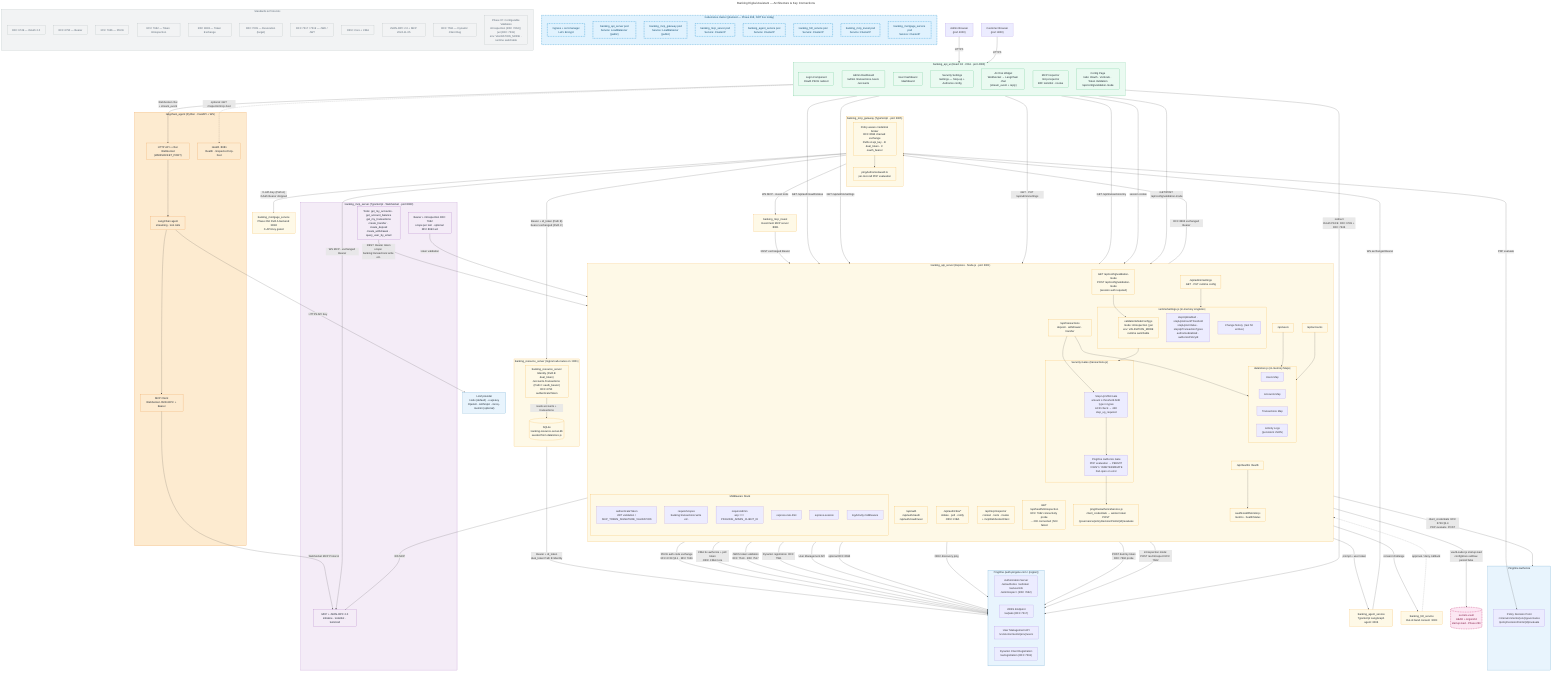
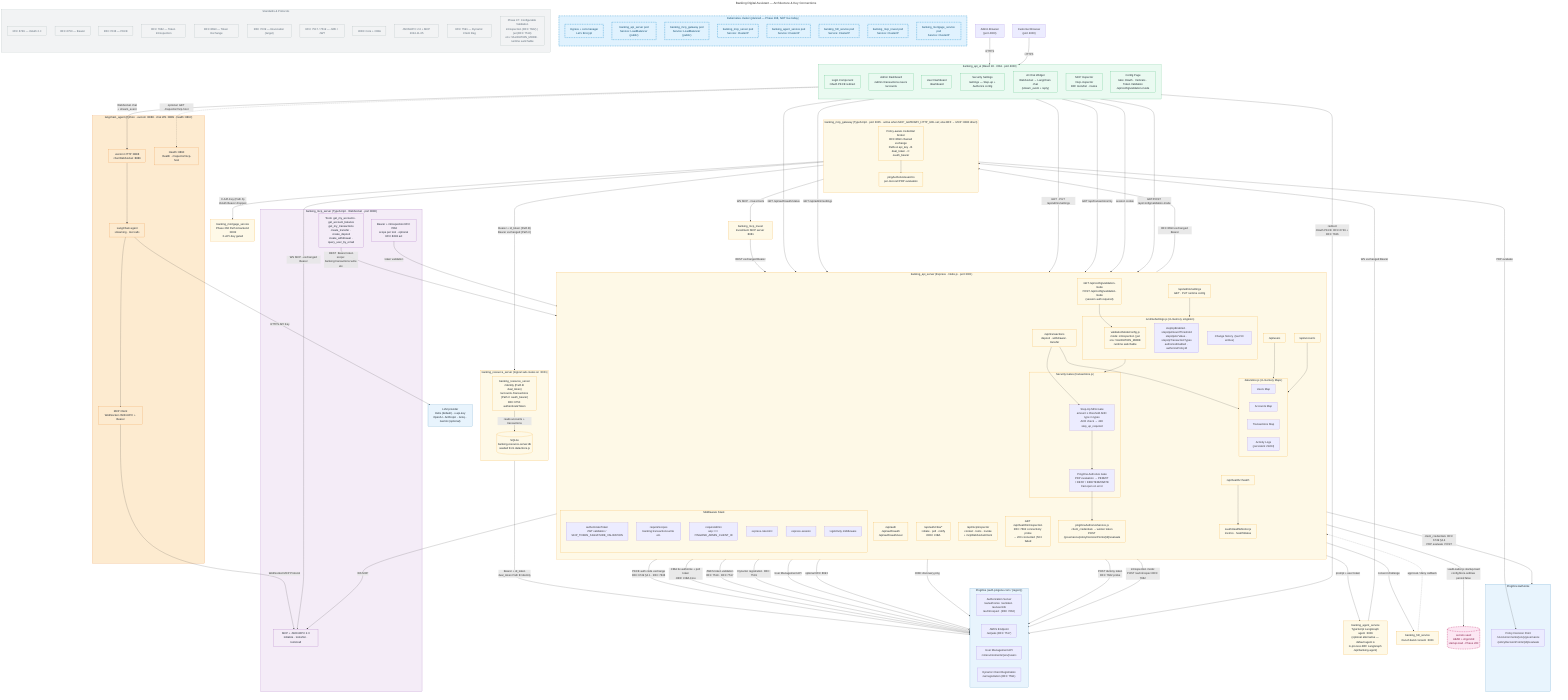
---
title: Banking Digital Assistant — Architecture & Key Connections
---
flowchart TB
    %% ── Phase 268 future K8s topology — DASHED = PLANNED, NOT SHIPPED ─
    subgraph K8s["Kubernetes cluster (planned — Phase 268, NOT live today)"]
        direction TB
        Ingress["Ingress + cert-manager<br/>Let's Encrypt"]
        BFFPod["banking_api_server pod<br/>Service: LoadBalancer (public)"]
        GWPod["banking_mcp_gateway pod<br/>Service: LoadBalancer (public)"]
        MCPPod["banking_mcp_server pod<br/>Service: ClusterIP"]
        AgentPod["banking_agent_service pod<br/>Service: ClusterIP"]
        HITLPod["banking_hitl_service pod<br/>Service: ClusterIP"]
        InvestPod["banking_mcp_invest pod<br/>Service: ClusterIP"]
        MortgagePod["banking_mortgage_service pod<br/>Service: ClusterIP"]
    end

    %% ── External Users ────────────────────────────────────────────────────────
    AdminBrowser["Admin Browser<br/>(port 4000)"]
    CustomerBrowser["Customer Browser<br/>(port 4000)"]

    %% ── Frontend ──────────────────────────────────────────────────────────────
    subgraph UI["banking_api_ui  (React 18 · CRA · port 4000)"]
        direction TB
        Login["Login Component\nOAuth PKCE redirect"]
        Dashboard["Admin Dashboard\n/admin /transactions /users /accounts"]
        UserDash["User Dashboard\n/dashboard"]
        SecuritySettings["Security Settings\n/settings — Step-up + Authorize config"]
        ChatWidget["AI Chat Widget\nWebSocket → LangChain chat\n(stream_event + reply)"]
        McpInspector["MCP Inspector\n/mcp-inspector\nBFF tools/list · invoke"]
        ConfigPage["Config Page\ntabs: OAuth · Verticals · Token Validation\n/api/config/validation-mode"]
    end

    %% ── API Server ────────────────────────────────────────────────────────────
    subgraph API["banking_api_server  (Express · Node.js · port 3001)"]
        direction TB
        AuthRoutes["/api/auth\n/api/auth/oauth\n/api/auth/oauth/user"]
        CibaRoutes["/api/auth/ciba/*\ninitiate · poll · notify\nOIDC CIBA"]
        McpInspectorRoutes["/api/mcp/inspector\ncontext · tools · invoke\n+ mcpWebSocketClient"]
        TxRoutes["/api/transactions\ndeposit · withdrawal · transfer"]
        AdminRoutes["/api/admin/settings\nGET · PUT runtime config"]
        UserRoutes["/api/users"]
        AccountRoutes["/api/accounts"]
        Health["/api/healthz  /health"]
        ValidationRoutes["GET /api/config/validation-mode
POST /api/config/validation-mode
(session auth required)"]
        IntrospectionHealth["GET /api/health/introspection
RFC 7662 connectivity probe
→ 200 connected | 503 failed"]

        subgraph Middleware["Middleware Stack"]
            AuthMW["authenticateToken\nJWT validation / SKIP_TOKEN_SIGNATURE_VALIDATION"]
            ScopeMW["requireScopes\nbanking:transactions:write etc."]
            AdminMW["requireAdmin\nazp === PINGONE_ADMIN_CLIENT_ID"]
            RateLimiter["express-rate-limit"]
            Session["express-session"]
            ActivityLog["logActivity middleware"]
        end

        subgraph Gates["Security Gates  (transactions.js)"]
            StepUpGate["Step-Up MFA Gate\namount ≥ threshold AND type in types\nACR check → 428 step_up_required"]
            AuthorizeGate["PingOne Authorize Gate\nPDP evaluation → PERMIT / DENY / INDETERMINATE\nFail-open on error"]
        end

        subgraph RuntimeSettings["runtimeSettings.js  (in-memory singleton)"]
            ValidationMode["validationModeConfig.js
mode: introspection | jwt
env: VALIDATION_MODE
runtime switchable"]
            RSFields["stepUpEnabled · stepUpAmountThreshold\nstepUpAcrValue · stepUpTransactionTypes\nauthorizeEnabled · authorizePolicyId"]
            RSHistory["Change history  (last 50 entries)"]
        end

        subgraph DataStore["data/store.js  (in-memory Maps)"]
            Users["Users Map"]
            Accounts["Accounts Map"]
            Transactions["Transactions Map"]
            ActivityLogs["Activity Logs\n(persistent JSON)"]
        end

        AuthorizeService["pingOneAuthorizeService.js\nclient_credentials → worker token\nPOST /governance/policyDecisionPoints/{id}/evaluate"]
        OAuthMonitor["oauthHealthMonitor.js\nmetrics · healthStatus"]
    end

    %% ── MCP Server ────────────────────────────────────────────────────────────
    subgraph MCP["banking_mcp_server  (TypeScript · WebSocket · port 8080)"]
        MCPProtocol["MCP + JSON-RPC 2.0\ninitialize · tools/list · tools/call"]
        MCPTools["Tools: get_my_accounts · get_account_balance\nget_my_transactions\ncreate_transfer · create_deposit\ncreate_withdrawal · query_user_by_email"]
        MCPAuth["Bearer + introspection RFC 7662\nscope per tool · optional RFC 8693 act"]
    end

    %% ── LangChain Agent ───────────────────────────────────────────────────────
-     subgraph Agent["langchain_agent  (Python · FastAPI + WS)"]
-         FastAPI["HTTP API + chat WebSocket\n(WEBSOCKET_PORT)"]
-         HealthInsp["Health :8081\n/health · /inspector/mcp-host"]
-         LangChain["LangChain agent\nstreaming · tool calls"]
-         MCPClientPy["MCP Client\nWebSocket JSON-RPC + Bearer"]
+     subgraph Agent["langchain_agent  (Python · uvicorn :8888 · chat WS :8889 · health :8890)"]
+         FastAPI["uvicorn HTTP :8888<br/>chat WebSocket :8889"]
+         HealthInsp["Health :8890<br/>/health · /inspector/mcp-host"]
+         LangChain["LangChain agent<br/>streaming · tool calls"]
+         MCPClientPy["MCP Client<br/>WebSocket JSON-RPC + Bearer"]
    end

    %% ── MCP Gateway (Phase 243 + 266) ──────────────────────────────────
-     subgraph Gateway["banking_mcp_gateway  (TypeScript · port 3005)"]
+     subgraph Gateway["banking_mcp_gateway  (TypeScript · port 3005 · active when MCP_GATEWAY_HTTP_URL set; else BFF → MCP :8080 direct)"]
        direction TB
        GwProxy["Policy-aware credential broker<br/>RFC 8693 chained exchange<br/>Paths A api_key - B dual_token - C oauth_bearer"]
        GwAuthorize["pingAuthorizeGuard.ts<br/>per-tool-call PDP evaluation"]
    end

    %% ── Additional Node services ───────────────────────────────────────
-     AgentService["banking_agent_service<br/>TypeScript LangGraph agent :3006"]
+     AgentService["banking_agent_service<br/>TypeScript LangGraph agent :3006<br/>(optional alternative — default agent is<br/>in-process BFF LangGraph /api/banking-agent)"]
    MCPInvestSvc["banking_mcp_invest<br/>Investment MCP server :8081"]
    MortgageSvc["banking_mortgage_service<br/>Phase 266 Path A backend :8082<br/>X-API-Key gated"]
    HITLSvc["banking_hitl_service<br/>Out-of-band consent :3009"]

    %% ── Phase 269 vault ────────────────────────────────────────────────
    Vault[("secrets.vault<br/>AEAD + Argon2id<br/>startup-load - Phase 269")]

    %% ── External Services ─────────────────────────────────────────────────────
    subgraph PingOneCloud["PingOne  (auth.pingone.com / {region})"]
        direction LR
        OIDC_AS["Authorization Server\n/as/authorize  /as/token  /as/userinfo\n/as/introspect  (RFC 7662)"]
        JWKS["JWKS Endpoint\n/as/jwks  (RFC 7517)"]
        UserMgmt["User Management API\n/v1/environments/{env}/users"]
        AppRegistration["Dynamic Client Registration\n/as/registration  (RFC 7591)"]
    end

    subgraph PingOneAuthorize["PingOne Authorize"]
        PDP["Policy Decision Point\n/v1/environments/{env}/governance\n/policyDecisionPoints/{id}/evaluate"]
    end

    LLM["LLM provider<br/>Helix (default) - x-api-key<br/>OpenAI - Anthropic - Groq - Gemini (optional)"]

    %% ── Connections: Browser → UI ──────────────────────────────────────────────
    AdminBrowser -->|"HTTPS"| UI
    CustomerBrowser -->|"HTTPS"| UI

    %% ── Connections: UI → API (proxied via CRA proxy :3001) ───────────────────
    Login -->|"redirect\nOAuth PKCE  RFC 6749 + RFC 7636"| OIDC_AS
    Login -->|"GET /api/auth/oauth/status"| AuthRoutes
    Dashboard -->|"GET /api/admin/settings"| AdminRoutes
    SecuritySettings -->|"GET · PUT /api/admin/settings"| AdminRoutes
    UserDash -->|"GET /api/transactions/my"| TxRoutes
    ChatWidget -->|"WebSocket chat\n+ stream_event"| FastAPI

    McpInspector -->|"session cookie"| McpInspectorRoutes
    McpInspector -.->|"optional: GET /inspector/mcp-host"| HealthInsp

    %% ── Connections: API ↔ PingOne ────────────────────────────────────────────
    AuthRoutes -->|"PKCE auth code exchange\nRFC 6749 §4.1 · RFC 7636"| OIDC_AS
    CibaRoutes -->|"CIBA bc-authorize + poll token\nOIDF CIBA Core"| OIDC_AS
    AuthMW -->|"JWKS token validation\nRFC 7519 · RFC 7517"| JWKS
    AuthorizeService -->|"client_credentials  RFC 6749 §4.4\nPDP evaluate  POST"| PingOneAuthorize
    AuthRoutes -->|"Dynamic registration  RFC 7591"| AppRegistration
    AdminRoutes -->|"User Management API"| UserMgmt
    McpInspectorRoutes -->|"optional RFC 8693"| OIDC_AS
    McpInspectorRoutes -->|"WS MCP"| MCPProtocol

    %% ── Connections: Gates → Services ─────────────────────────────────────────
    TxRoutes --> StepUpGate
    StepUpGate --> AuthorizeGate
    AuthorizeGate --> AuthorizeService
    AdminRoutes --> RuntimeSettings
    RuntimeSettings --> Gates

    %% ── Connections: API → DataStore ──────────────────────────────────────────
    TxRoutes --> DataStore
    UserRoutes --> DataStore
    AccountRoutes --> DataStore

    %% ── Connections: MCP → API ────────────────────────────────────────────────
    MCPTools -->|"REST  Bearer token\nscope: banking:transactions:write etc."| TxRoutes
    MCPAuth -->|"token validation"| AuthMW
    MCPClientPy -->|"WebSocket  MCP Protocol"| MCPProtocol

    %% ── Connections: Agent → MCP + OpenAI ─────────────────────────────────────
    LangChain --> MCPClientPy
    LangChain -->|"HTTPS  API Key"| LLM
    FastAPI --> LangChain

    %% ── Phase 270: edges for newly-named services ─────────────────────
    AuthRoutes -->|"RFC 8693 exchanged Bearer"| GwProxy
    GwProxy --> GwAuthorize
    GwProxy -->|"WS MCP - exchanged Bearer"| MCPProtocol
    GwProxy -->|"WS MCP - invest tools"| MCPInvestSvc
    GwProxy -->|"X-API-Key (Path A)<br/>OAuth Bearer dropped"| MortgageSvc
    GwProxy -->|"Bearer + id_token (Path B)<br/>Bearer exchanged (Path C)"| BankingRS
    AuthRoutes -->|"prompt + user token"| AgentService
    AgentService -->|"WS exchanged Bearer"| GwProxy
    AuthRoutes -->|"consent challenge"| HITLSvc
    HITLSvc -.->|"approval / deny callback"| AuthRoutes
    AuthRoutes -->|"vaultLoader.js startup-load<br/>configStore.setRaw persist:false"| Vault
    MCPInvestSvc -->|"REST exchanged Bearer"| TxRoutes
    GwAuthorize -->|"PDP evaluate"| PDP

    %% ── Connections: OAuthMonitor ─────────────────────────────────────────────
    OAuthMonitor -->|"OIDC discovery ping"| OIDC_AS
    Health --> OAuthMonitor

    %% ── Connections: Token Validation Config ─────────────────────────────────
    ConfigPage -->|"GET/POST /api/config/validation-mode"| ValidationRoutes
    ValidationRoutes --> ValidationMode
    IntrospectionHealth -->|"POST dummy token
RFC 7662 probe"| OIDC_AS
    AuthMW -->|"introspection mode:
POST /as/introspect RFC 7662"| OIDC_AS

    %% Phase 266 R2: banking_resource_server (live) — Paths B and C both terminate here.
    %% Path A (api_key): RFC 6750 bearer dropped; X-API-Key injected at Gateway — no backend call.
    %% Path B (dual_token): Bearer + id_token forwarded to /identity — RFC 8693 + RFC 8707 + OIDC Core ss3.1.3.7.
    %% Path C (oauth_bearer): RFC 8693 exchange; Bearer (new aud) to /accounts /transactions — SQLite-backed.
    subgraph ResourceServer["banking_resource_server  (logical sub-routes on :3001)"]
        direction TB
        BankingRS["banking_resource_server<br/>/identity (Path B dual_token)<br/>/accounts /transactions (Path C oauth_bearer)<br/>RFC 6750 authenticateToken"]
        BankingSQLite[("SQLite<br/>banking-resource-server.db<br/>seeded from data/store.js")]
    end

    BankingRS -->|"Bearer + id_token<br/>dual_token Path B /identity"| JWKS
    BankingRS -->|"reads accounts + transactions"| BankingSQLite

    %% ── Standards Legend ──────────────────────────────────────────────────────
    subgraph Standards["Standards & Protocols"]
        direction TB
        S1["RFC 6749 — OAuth 2.0"]
        S2["RFC 6750 — Bearer"]
        S3["RFC 7636 — PKCE"]
        S4["RFC 7662 — Token Introspection"]
        S5["RFC 8693 — Token Exchange"]
        S6["RFC 7009 — Revocation (target)"]
        S7["RFC 7517 / 7519 — JWK / JWT"]
        S8["OIDC Core + CIBA"]
        S9["JSON-RPC 2.0 + MCP 2024-11-05"]
        S10["RFC 7591 — Dynamic Client Reg"]
        S11["Phase 97: Configurable Validation
introspection (RFC 7662) | jwt (RFC 7519)
env: VALIDATION_MODE · runtime switchable"]
    end

    %% ── Styling ───────────────────────────────────────────────────────────────
    classDef external fill:#e8f4fd,stroke:#2980b9,color:#1a252f
    classDef frontend fill:#eafaf1,stroke:#27ae60,color:#1a252f
    classDef backend fill:#fef9e7,stroke:#f39c12,color:#1a252f
    classDef mcp fill:#f4ecf7,stroke:#8e44ad,color:#1a252f
    classDef agent fill:#fdebd0,stroke:#e67e22,color:#1a252f
    classDef standard fill:#f2f3f4,stroke:#95a5a6,color:#566573
    classDef k8s fill:#e0f2fe,stroke:#0284c7,color:#0c4a6e,stroke-width:2px,stroke-dasharray: 6 4
    classDef planned fill:#fce7f3,stroke:#be185d,color:#831843,stroke-width:2px,stroke-dasharray: 6 4

    class PingOneCloud,PingOneAuthorize,LLM external
    class UI,Login,Dashboard,UserDash,SecuritySettings,ChatWidget,McpInspector,ConfigPage frontend
    class API,AuthRoutes,CibaRoutes,McpInspectorRoutes,TxRoutes,AdminRoutes,UserRoutes,AccountRoutes,Health,Middleware,Gates,RuntimeSettings,DataStore,AuthorizeService,OAuthMonitor,ValidationMode,ValidationRoutes,IntrospectionHealth backend
    class MCP,MCPProtocol,MCPTools,MCPAuth mcp
    class Agent,FastAPI,HealthInsp,LangChain,MCPClientPy agent
    class Standards,S1,S2,S3,S4,S5,S6,S7,S8,S9,S10,S11 standard
    class Gateway,GwProxy,GwAuthorize,AgentService,MCPInvestSvc,MortgageSvc,HITLSvc,ResourceServer,BankingRS,BankingSQLite backend
    class Vault planned
    class K8s,Ingress,BFFPod,GWPod,MCPPod,AgentPod,HITLPod,InvestPod,MortgagePod k8s
